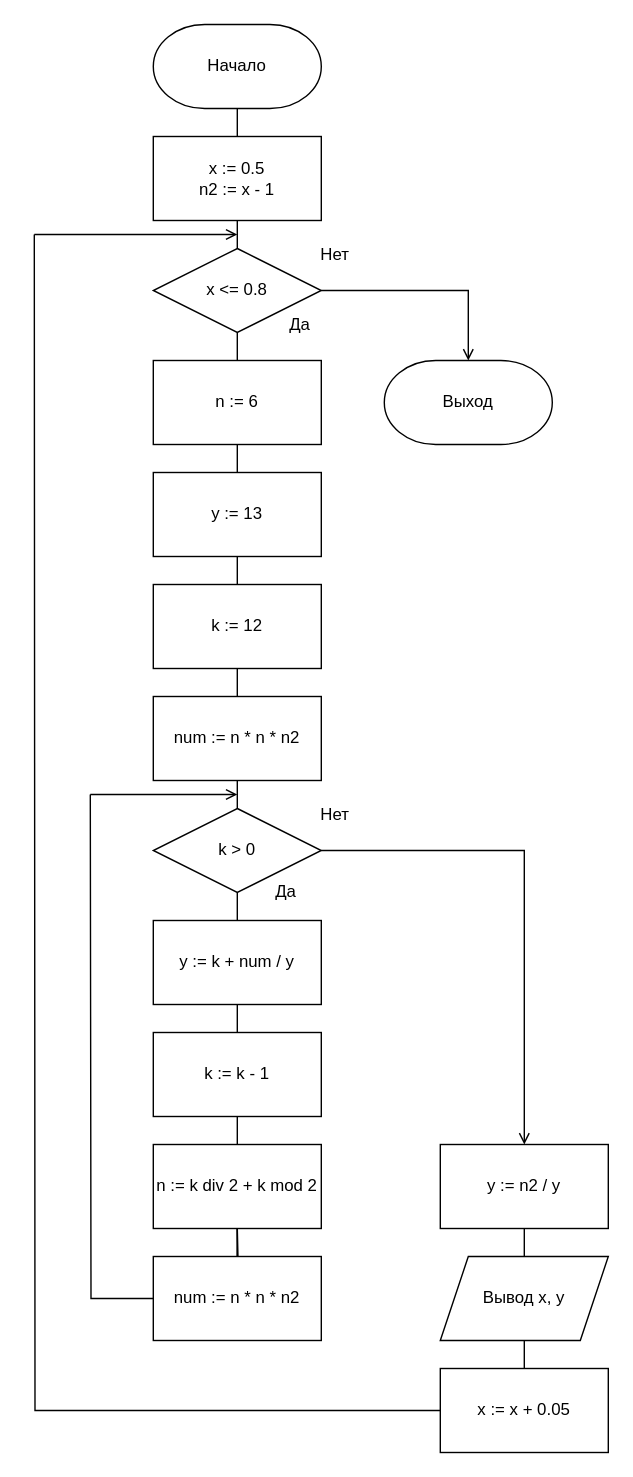
Before: cfractions/n9.drawio in RaJIk470/drawio, a draw.io diagram. Source tidied: cells renumbered, new cells numbered last; positions are measured from the earlier drawing's top-left corner, leaving out a move shared by most shapes. Both pictures are drawn from the tidied source at 140%, with x=0, y=0 at pixel (34, 24).
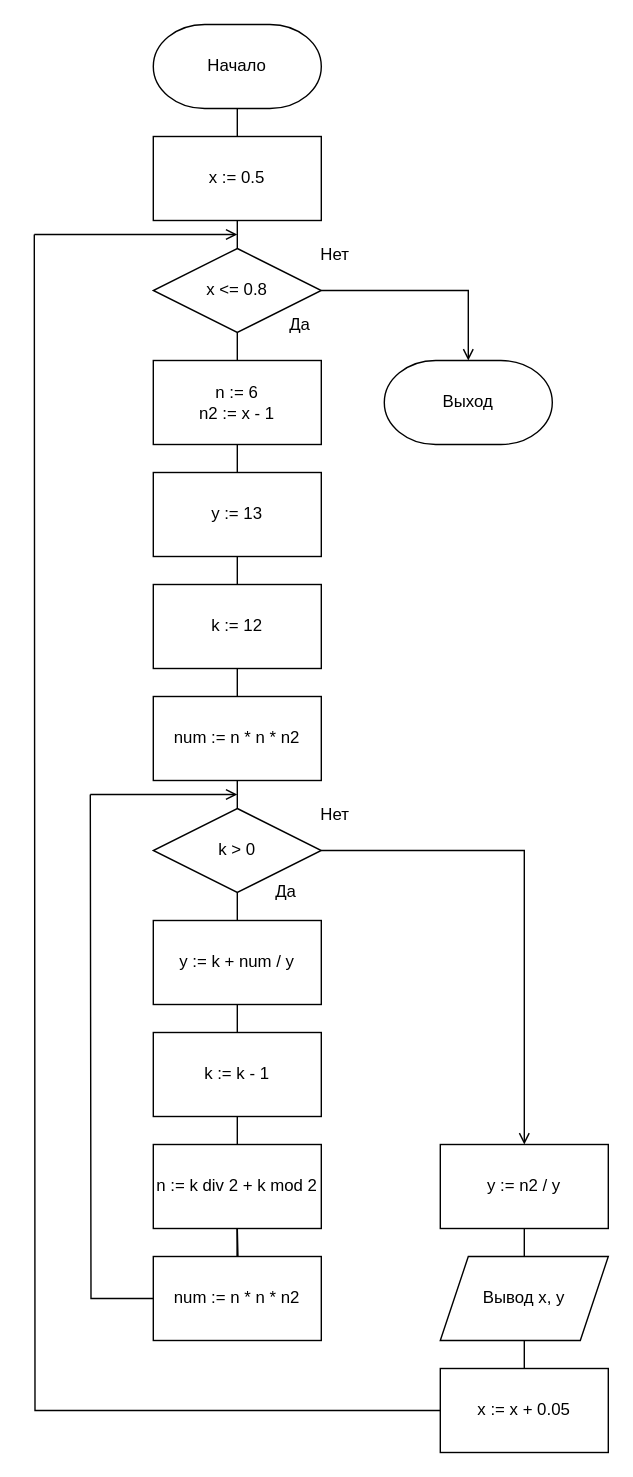
After the change.

Diff of the diagram source:
```diff
@@
-    <mxCell id="4" value="x := 0.5&lt;br&gt;n2 := x - 1" style="rounded=0;whiteSpace=wrap;html=1;" parent="1" vertex="1">
+    <mxCell id="4" value="x := 0.5" style="rounded=0;whiteSpace=wrap;html=1;" parent="1" vertex="1">
       <mxGeometry x="85" y="80" width="120" height="60" as="geometry" />
     </mxCell>
@@
-    <mxCell id="40" value="n := 6" style="rounded=0;whiteSpace=wrap;html=1;" parent="1" vertex="1">
+    <mxCell id="40" value="n := 6&lt;br&gt;n2 := x - 1" style="rounded=0;whiteSpace=wrap;html=1;" parent="1" vertex="1">
       <mxGeometry x="85" y="240" width="120" height="60" as="geometry" />
     </mxCell>
```
